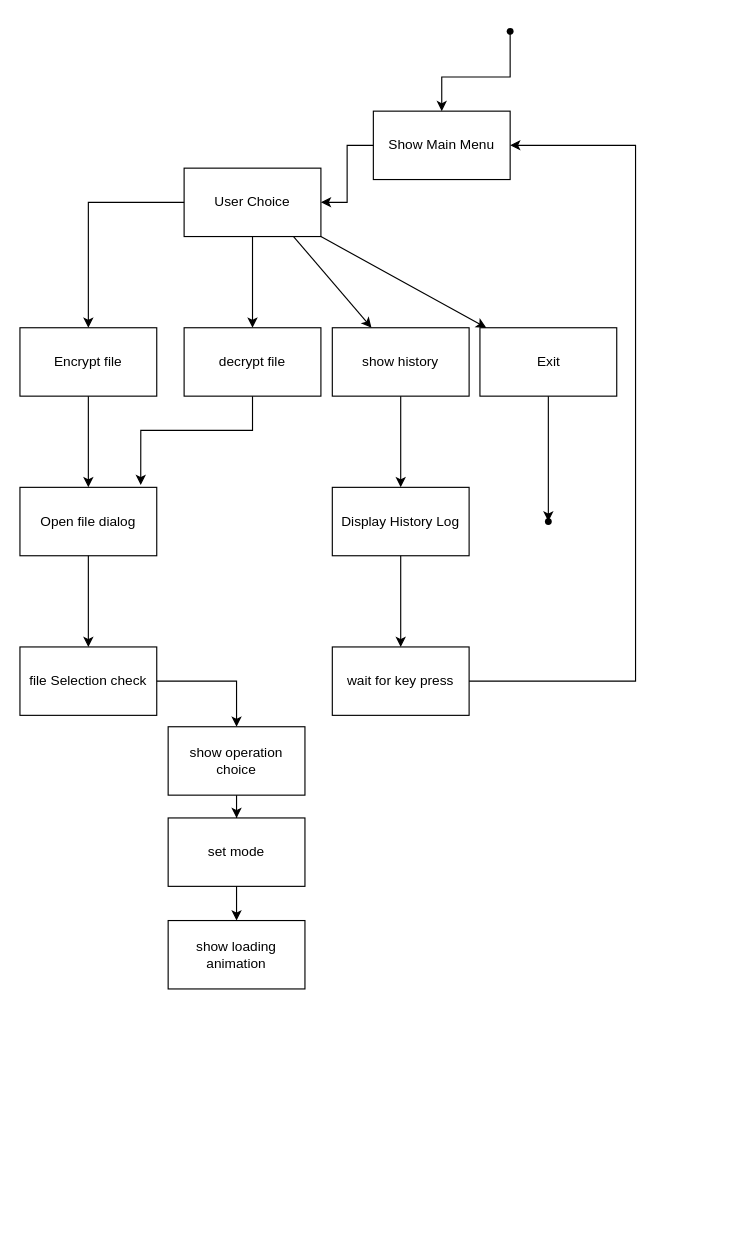
Above: Documentation/draw.io activity diagram/acitivity diagram.drawio in salimshre/Encryptor (draw.io), before the change. Source tidied: cells renumbered, new cells numbered last; positions are measured from the earlier drawing's top-left corner, leaving out a move shared by most shapes. Both pictures are drawn from the tidied source at 114%, with x=0, y=0 at pixel (19, 19).
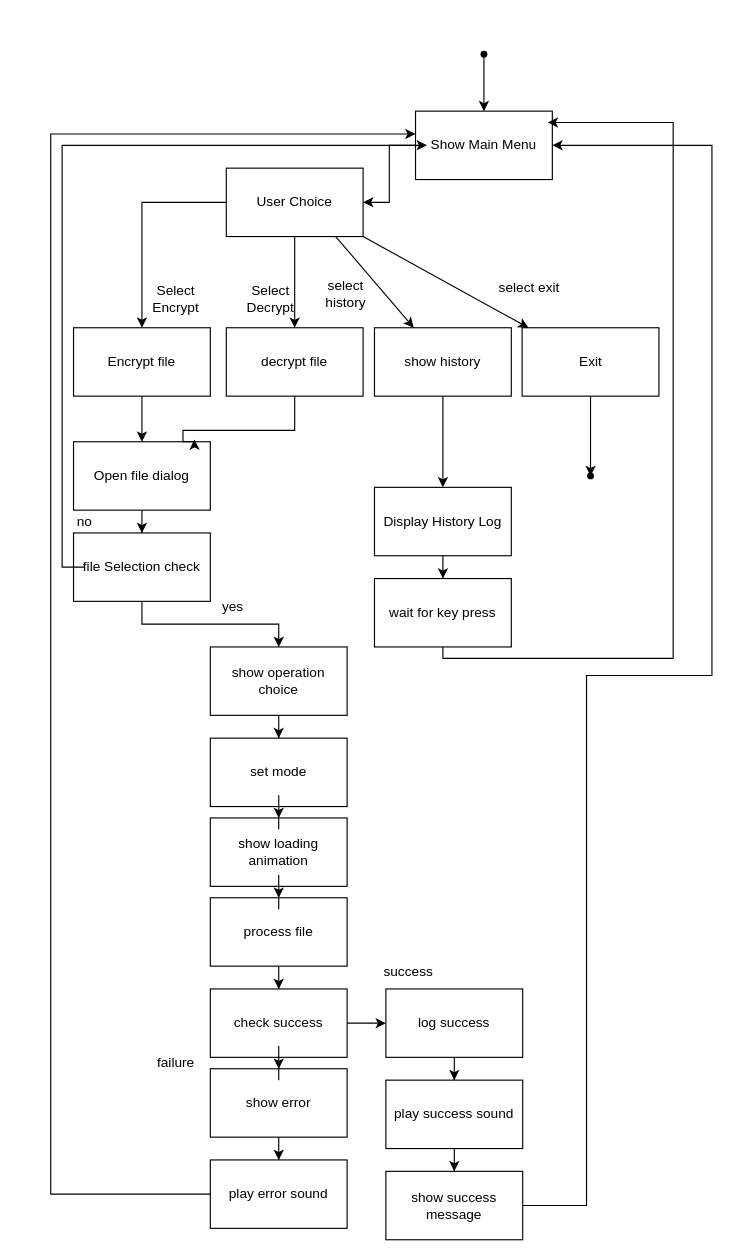
The same diagram, later.

Diff of the diagram source:
```diff
@@
     <mxCell id="3" style="shape=waypoint;sketch=0;fillStyle=solid;size=6;points=[];fillColor=none;perimeter=centerPerimeter;snapToPoint=1;" parent="1" vertex="1">
-      <mxGeometry x="420" width="20" height="20" as="geometry" />
+      <mxGeometry x="397" y="20" width="20" height="20" as="geometry" />
     </mxCell>
@@
     <mxCell id="5" value="Show Main Menu" style="whiteSpace=wrap;html=1;fillColor=none;sketch=0;fillStyle=solid;" parent="1" vertex="1">
-      <mxGeometry x="310" y="80" width="120" height="60" as="geometry" />
+      <mxGeometry x="347" y="80" width="120" height="60" as="geometry" />
     </mxCell>
@@
     <mxCell id="8" value="User Choice" style="whiteSpace=wrap;html=1;fillColor=none;sketch=0;fillStyle=solid;" parent="1" vertex="1">
-      <mxGeometry x="144" y="130" width="120" height="60" as="geometry" />
+      <mxGeometry x="181" y="130" width="120" height="60" as="geometry" />
     </mxCell>
     <mxCell id="9" value="decrypt file" style="whiteSpace=wrap;html=1;fillColor=none;sketch=0;fillStyle=solid;" parent="1" vertex="1">
-      <mxGeometry x="144" y="270" width="120" height="60" as="geometry" />
+      <mxGeometry x="181" y="270" width="120" height="60" as="geometry" />
     </mxCell>
@@
     <mxCell id="11" value="Encrypt file" style="whiteSpace=wrap;html=1;fillColor=none;sketch=0;fillStyle=solid;" parent="1" vertex="1">
-      <mxGeometry y="270" width="120" height="60" as="geometry" />
+      <mxGeometry x="47" y="270" width="120" height="60" as="geometry" />
     </mxCell>
     <mxCell id="12" style="endArrow=classic;html=1;rounded=0;" parent="1" edge="1" target="14">
       <mxGeometry relative="1" as="geometry">
-        <mxPoint x="240" y="190" as="sourcePoint" />
+        <mxPoint x="277" y="190" as="sourcePoint" />
       </mxGeometry>
     </mxCell>
@@
     <mxCell id="14" value="show history" style="whiteSpace=wrap;html=1;fillColor=none;sketch=0;fillStyle=solid;" parent="1" vertex="1">
-      <mxGeometry x="274" y="270" width="120" height="60" as="geometry" />
+      <mxGeometry x="311" y="270" width="120" height="60" as="geometry" />
     </mxCell>
@@
     <mxCell id="16" value="Exit" style="whiteSpace=wrap;html=1;fillColor=none;sketch=0;fillStyle=solid;" parent="1" vertex="1">
-      <mxGeometry x="403.5" y="270" width="120" height="60" as="geometry" />
+      <mxGeometry x="440.5" y="270" width="120" height="60" as="geometry" />
     </mxCell>
@@
     <mxCell id="18" style="shape=waypoint;sketch=0;size=6;points=[];fillColor=none;perimeter=centerPerimeter;snapToPoint=1;fillStyle=solid;" parent="1" vertex="1">
-      <mxGeometry x="453.5" y="430" width="20" height="20" as="geometry" />
+      <mxGeometry x="490.5" y="390" width="20" height="20" as="geometry" />
     </mxCell>
@@
     <mxCell id="20" value="Open file dialog" style="whiteSpace=wrap;html=1;fillColor=none;sketch=0;fillStyle=solid;" parent="1" vertex="1">
-      <mxGeometry y="410" width="120" height="60" as="geometry" />
+      <mxGeometry x="47" y="370" width="120" height="60" as="geometry" />
     </mxCell>
     <mxCell id="21" style="edgeStyle=orthogonalEdgeStyle;rounded=0;jettySize=auto;html=1;entryX=0.883;entryY=-0.033;entryDx=0;entryDy=0;entryPerimeter=0;" parent="1" edge="1" source="9" target="20">
       <mxGeometry relative="1" as="geometry">
         <Array as="points">
-          <mxPoint x="204" y="360" />
-          <mxPoint x="106" y="360" />
+          <mxPoint x="241" y="360" />
+          <mxPoint x="143" y="360" />
+          <mxPoint x="143" y="370" />
+          <mxPoint x="153" y="370" />
         </Array>
       </mxGeometry>
     </mxCell>
@@
     <mxCell id="23" value="Display History Log" style="whiteSpace=wrap;html=1;fillColor=none;sketch=0;fillStyle=solid;" parent="1" vertex="1">
-      <mxGeometry x="274" y="410" width="120" height="60" as="geometry" />
+      <mxGeometry x="311" y="410" width="120" height="60" as="geometry" />
     </mxCell>
-    <mxCell id="24" style="edgeStyle=orthogonalEdgeStyle;rounded=0;jettySize=auto;html=1;entryX=1;entryY=0.5;entryDx=0;entryDy=0;" parent="1" edge="1" source="25" target="5">
+    <mxCell id="24" style="edgeStyle=orthogonalEdgeStyle;rounded=0;jettySize=auto;html=1;entryX=1;entryY=0.5;entryDx=0;entryDy=0;" parent="1" edge="1" source="25">
       <mxGeometry relative="1" as="geometry">
+        <mxPoint x="463" y="90" as="targetPoint" />
         <Array as="points">
-          <mxPoint x="540" y="580" />
-          <mxPoint x="540" y="110" />
+          <mxPoint x="371" y="560" />
+          <mxPoint x="573" y="560" />
+          <mxPoint x="573" y="90" />
         </Array>
       </mxGeometry>
     </mxCell>
     <mxCell id="25" value="wait for key press" style="whiteSpace=wrap;html=1;fillColor=none;sketch=0;fillStyle=solid;" parent="1" vertex="1">
-      <mxGeometry x="274" y="550" width="120" height="60" as="geometry" />
+      <mxGeometry x="311" y="490" width="120" height="60" as="geometry" />
     </mxCell>
@@
+    <mxCell id="33" style="edgeStyle=orthogonalEdgeStyle;rounded=0;orthogonalLoop=1;jettySize=auto;html=1;entryX=0;entryY=0.5;entryDx=0;entryDy=0;" parent="1" edge="1">
+      <mxGeometry relative="1" as="geometry">
+        <mxPoint x="57" y="480" as="sourcePoint" />
+        <mxPoint x="357" y="110" as="targetPoint" />
+        <Array as="points">
+          <mxPoint x="37" y="480" />
+          <mxPoint x="37" y="110" />
+        </Array>
+      </mxGeometry>
+    </mxCell>
     <mxCell id="27" value="file Selection check" style="whiteSpace=wrap;html=1;fillColor=none;sketch=0;fillStyle=solid;" parent="1" vertex="1">
-      <mxGeometry y="550" width="120" height="60" as="geometry" />
+      <mxGeometry x="47" y="450" width="120" height="60" as="geometry" />
     </mxCell>
@@
     <mxCell id="29" value="show operation choice" style="whiteSpace=wrap;html=1;fillColor=none;sketch=0;fillStyle=solid;" parent="1" vertex="1">
-      <mxGeometry x="130" y="620" width="120" height="60" as="geometry" />
+      <mxGeometry x="167" y="550" width="120" height="60" as="geometry" />
     </mxCell>
@@
     <mxCell id="31" value="set mode" style="whiteSpace=wrap;html=1;fillColor=none;sketch=0;fillStyle=solid;" parent="1" vertex="1">
-      <mxGeometry x="130" y="700" width="120" height="60" as="geometry" />
+      <mxGeometry x="167" y="630" width="120" height="60" as="geometry" />
     </mxCell>
+    <mxCell id="34" style="edgeStyle=orthogonalEdgeStyle;rounded=0;jettySize=auto;html=1;" parent="1" edge="1" source="32" target="36">
+      <mxGeometry relative="1" as="geometry" />
+    </mxCell>
     <mxCell id="32" value="show loading animation" style="whiteSpace=wrap;html=1;fillColor=none;sketch=0;fillStyle=solid;" parent="1" vertex="1">
-      <mxGeometry x="130" y="790" width="120" height="60" as="geometry" />
+      <mxGeometry x="167" y="700" width="120" height="60" as="geometry" />
     </mxCell>
+    <mxCell id="35" style="edgeStyle=orthogonalEdgeStyle;rounded=0;jettySize=auto;html=1;" parent="1" edge="1" source="36" target="39">
+      <mxGeometry relative="1" as="geometry" />
+    </mxCell>
+    <mxCell id="36" value="process file" style="whiteSpace=wrap;html=1;fillColor=none;sketch=0;fillStyle=solid;" parent="1" vertex="1">
+      <mxGeometry x="167" y="770" width="120" height="60" as="geometry" />
+    </mxCell>
+    <mxCell id="37" style="edgeStyle=orthogonalEdgeStyle;rounded=0;jettySize=auto;html=1;" parent="1" edge="1" source="39" target="41">
+      <mxGeometry relative="1" as="geometry" />
+    </mxCell>
+    <mxCell id="38" style="edgeStyle=orthogonalEdgeStyle;rounded=0;jettySize=auto;html=1;" parent="1" edge="1" source="39" target="49">
+      <mxGeometry relative="1" as="geometry" />
+    </mxCell>
+    <mxCell id="39" value="check success" style="whiteSpace=wrap;html=1;fillColor=none;sketch=0;fillStyle=solid;" parent="1" vertex="1">
+      <mxGeometry x="167" y="850" width="120" height="60" as="geometry" />
+    </mxCell>
+    <mxCell id="40" style="edgeStyle=orthogonalEdgeStyle;rounded=0;jettySize=auto;html=1;" parent="1" edge="1" source="41" target="43">
+      <mxGeometry relative="1" as="geometry" />
+    </mxCell>
+    <mxCell id="41" value="log success" style="whiteSpace=wrap;html=1;fillColor=none;sketch=0;fillStyle=solid;" parent="1" vertex="1">
+      <mxGeometry x="321" y="850" width="120" height="60" as="geometry" />
+    </mxCell>
+    <mxCell id="42" style="edgeStyle=orthogonalEdgeStyle;rounded=0;jettySize=auto;html=1;" parent="1" edge="1" source="43" target="45">
+      <mxGeometry relative="1" as="geometry" />
+    </mxCell>
+    <mxCell id="43" value="play success sound" style="whiteSpace=wrap;html=1;fillColor=none;sketch=0;fillStyle=solid;" parent="1" vertex="1">
+      <mxGeometry x="321" y="930" width="120" height="60" as="geometry" />
+    </mxCell>
+    <mxCell id="44" style="edgeStyle=orthogonalEdgeStyle;rounded=0;jettySize=auto;html=1;" parent="1" edge="1" source="45" target="5">
+      <mxGeometry relative="1" as="geometry">
+        <Array as="points">
+          <mxPoint x="497" y="1040" />
+          <mxPoint x="497" y="575" />
+          <mxPoint x="607" y="575" />
+          <mxPoint x="607" y="110" />
+        </Array>
+      </mxGeometry>
+    </mxCell>
+    <mxCell id="45" value="show success message" style="whiteSpace=wrap;html=1;fillColor=none;sketch=0;fillStyle=solid;" parent="1" vertex="1">
+      <mxGeometry x="321" y="1010" width="120" height="60" as="geometry" />
+    </mxCell>
+    <mxCell id="46" value="yes" style="text;html=1;align=center;verticalAlign=middle;whiteSpace=wrap;rounded=0;" parent="1" vertex="1">
+      <mxGeometry x="157" y="500" width="60" height="30" as="geometry" />
+    </mxCell>
+    <mxCell id="47" value="no" style="text;html=1;align=center;verticalAlign=middle;whiteSpace=wrap;rounded=0;" parent="1" vertex="1">
+      <mxGeometry x="37" y="432.5" width="40" height="15" as="geometry" />
+    </mxCell>
+    <mxCell id="48" style="edgeStyle=orthogonalEdgeStyle;rounded=0;jettySize=auto;html=1;" parent="1" edge="1" source="49" target="51">
+      <mxGeometry relative="1" as="geometry" />
+    </mxCell>
+    <mxCell id="49" value="show error" style="whiteSpace=wrap;html=1;fillColor=none;sketch=0;fillStyle=solid;" parent="1" vertex="1">
+      <mxGeometry x="167" y="920" width="120" height="60" as="geometry" />
+    </mxCell>
+    <mxCell id="50" style="edgeStyle=orthogonalEdgeStyle;rounded=0;jettySize=auto;html=1;" parent="1" edge="1" source="51" target="5">
+      <mxGeometry relative="1" as="geometry">
+        <Array as="points">
+          <mxPoint x="27" y="1030" />
+          <mxPoint x="27" y="100" />
+        </Array>
+      </mxGeometry>
+    </mxCell>
+    <mxCell id="51" value="play error sound" style="whiteSpace=wrap;html=1;fillColor=none;sketch=0;fillStyle=solid;" parent="1" vertex="1">
+      <mxGeometry x="167" y="1000" width="120" height="60" as="geometry" />
+    </mxCell>
+    <mxCell id="52" value="success" style="text;html=1;align=center;verticalAlign=middle;whiteSpace=wrap;rounded=0;" parent="1" vertex="1">
+      <mxGeometry x="321" y="820" width="40" height="30" as="geometry" />
+    </mxCell>
+    <mxCell id="53" value="failure" style="text;html=1;align=center;verticalAlign=middle;whiteSpace=wrap;rounded=0;" parent="1" vertex="1">
+      <mxGeometry x="117" y="900" width="40" height="30" as="geometry" />
+    </mxCell>
+    <mxCell id="54" value="Select Encrypt" style="text;html=1;align=center;verticalAlign=middle;whiteSpace=wrap;rounded=0;" parent="1" vertex="1">
+      <mxGeometry x="107" y="230" width="60" height="30" as="geometry" />
+    </mxCell>
+    <mxCell id="55" value="Select Decrypt" style="text;html=1;align=center;verticalAlign=middle;whiteSpace=wrap;rounded=0;" parent="1" vertex="1">
+      <mxGeometry x="190" y="230" width="60" height="30" as="geometry" />
+    </mxCell>
+    <mxCell id="56" value="select exit" style="text;html=1;align=center;verticalAlign=middle;whiteSpace=wrap;rounded=0;" parent="1" vertex="1">
+      <mxGeometry x="417" y="220" width="60" height="30" as="geometry" />
+    </mxCell>
+    <mxCell id="57" value="select history" style="text;html=1;align=center;verticalAlign=middle;whiteSpace=wrap;rounded=0;" parent="1" vertex="1">
+      <mxGeometry x="271" y="220" width="30" height="40" as="geometry" />
+    </mxCell>
```
